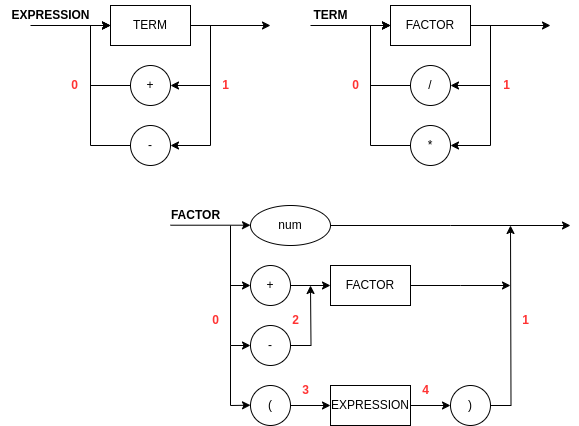
Before: diagrama_sintatico.png, a diagram exported from draw.io (jeronimo-a/logcomp-2024-1). Source tidied: cells renumbered, new cells last; positions are measured from the earlier drawing's top-left corner, leaving out a move shared by most shapes.
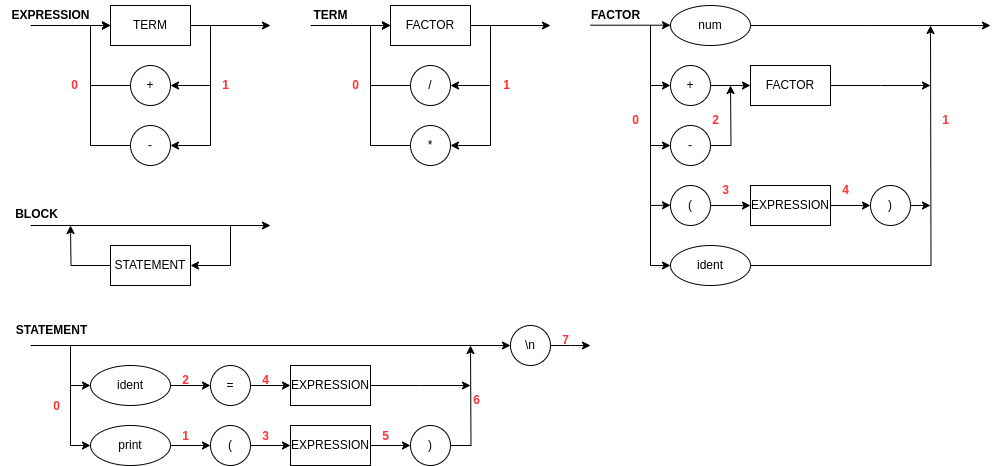
After the commit.

Commit message:
Atualização do diagrama sintático

Diff of the diagram source:
```diff
@@ -4,135 +4,135 @@
     <mxCell id="1" parent="0" />
     <mxCell id="2" style="edgeStyle=orthogonalEdgeStyle;rounded=0;jettySize=auto;html=1;entryX=1;entryY=0.5;entryDx=0;entryDy=0;" parent="1" edge="1" target="6">
       <mxGeometry relative="1" as="geometry">
-        <mxPoint x="470" y="25" as="sourcePoint" />
+        <mxPoint x="50" y="225" as="sourcePoint" />
         <Array as="points">
-          <mxPoint x="490" y="25" />
-          <mxPoint x="490" y="85" />
+          <mxPoint x="70" y="225" />
+          <mxPoint x="70" y="285" />
         </Array>
       </mxGeometry>
     </mxCell>
     <mxCell id="3" style="edgeStyle=orthogonalEdgeStyle;rounded=0;jettySize=auto;html=1;entryX=1;entryY=0.5;entryDx=0;entryDy=0;" parent="1" edge="1" target="8">
       <mxGeometry relative="1" as="geometry">
-        <mxPoint x="470" y="25" as="sourcePoint" />
+        <mxPoint x="50" y="225" as="sourcePoint" />
         <Array as="points">
-          <mxPoint x="490" y="25" />
-          <mxPoint x="490" y="145" />
+          <mxPoint x="70" y="225" />
+          <mxPoint x="70" y="345" />
         </Array>
       </mxGeometry>
     </mxCell>
     <mxCell id="4" style="edgeStyle=orthogonalEdgeStyle;rounded=0;orthogonalLoop=1;jettySize=auto;html=1;" parent="1" edge="1">
       <mxGeometry relative="1" as="geometry">
-        <mxPoint x="470" y="25" as="sourcePoint" />
-        <mxPoint x="550" y="25" as="targetPoint" />
+        <mxPoint x="50" y="225" as="sourcePoint" />
+        <mxPoint x="130" y="225" as="targetPoint" />
       </mxGeometry>
     </mxCell>
     <mxCell id="5" style="edgeStyle=orthogonalEdgeStyle;rounded=0;jettySize=auto;html=1;entryX=0;entryY=0.5;entryDx=0;entryDy=0;" parent="1" edge="1" source="6">
       <mxGeometry relative="1" as="geometry">
-        <mxPoint x="390" y="25" as="targetPoint" />
+        <mxPoint x="-30" y="225" as="targetPoint" />
         <Array as="points">
-          <mxPoint x="370" y="85" />
-          <mxPoint x="370" y="25" />
+          <mxPoint x="-50" y="285" />
+          <mxPoint x="-50" y="225" />
         </Array>
       </mxGeometry>
     </mxCell>
     <mxCell id="6" value="/" style="ellipse;whiteSpace=wrap;html=1;" parent="1" vertex="1">
-      <mxGeometry x="410" y="65" width="40" height="40" as="geometry" />
+      <mxGeometry x="-10" y="265" width="40" height="40" as="geometry" />
     </mxCell>
     <mxCell id="7" style="edgeStyle=orthogonalEdgeStyle;rounded=0;jettySize=auto;html=1;entryX=0;entryY=0.5;entryDx=0;entryDy=0;" parent="1" edge="1" source="8">
       <mxGeometry relative="1" as="geometry">
-        <mxPoint x="390" y="25" as="targetPoint" />
+        <mxPoint x="-30" y="225" as="targetPoint" />
         <Array as="points">
-          <mxPoint x="370" y="145" />
-          <mxPoint x="370" y="25" />
+          <mxPoint x="-50" y="345" />
+          <mxPoint x="-50" y="225" />
         </Array>
       </mxGeometry>
     </mxCell>
     <mxCell id="8" value="*" style="ellipse;whiteSpace=wrap;html=1;" parent="1" vertex="1">
-      <mxGeometry x="410" y="125" width="40" height="40" as="geometry" />
+      <mxGeometry x="-10" y="325" width="40" height="40" as="geometry" />
     </mxCell>
     <mxCell id="9" style="endArrow=classic;html=1;rounded=0;entryX=0;entryY=0.5;entryDx=0;entryDy=0;" parent="1" edge="1">
       <mxGeometry relative="1" as="geometry">
-        <mxPoint x="310" y="25" as="sourcePoint" />
-        <mxPoint x="390" y="25" as="targetPoint" />
+        <mxPoint x="-110" y="225" as="sourcePoint" />
+        <mxPoint x="-30" y="225" as="targetPoint" />
       </mxGeometry>
     </mxCell>
     <mxCell id="10" value="TERM" style="text;html=1;align=center;verticalAlign=middle;strokeColor=none;fillColor=none;fontStyle=1;" parent="1" vertex="1">
-      <mxGeometry x="300" width="60" height="30" as="geometry" />
+      <mxGeometry x="-120" y="200" width="60" height="30" as="geometry" />
     </mxCell>
     <mxCell id="11" style="edgeStyle=orthogonalEdgeStyle;rounded=0;jettySize=auto;html=1;entryX=1;entryY=0.5;entryDx=0;entryDy=0;" parent="1" edge="1" target="15">
       <mxGeometry relative="1" as="geometry">
-        <mxPoint x="190" y="25" as="sourcePoint" />
+        <mxPoint x="-230" y="225" as="sourcePoint" />
         <Array as="points">
-          <mxPoint x="210" y="25" />
-          <mxPoint x="210" y="85" />
+          <mxPoint x="-210" y="225" />
+          <mxPoint x="-210" y="285" />
         </Array>
       </mxGeometry>
     </mxCell>
     <mxCell id="12" style="edgeStyle=orthogonalEdgeStyle;rounded=0;jettySize=auto;html=1;entryX=1;entryY=0.5;entryDx=0;entryDy=0;" parent="1" edge="1" target="17">
       <mxGeometry relative="1" as="geometry">
-        <mxPoint x="190" y="25" as="sourcePoint" />
+        <mxPoint x="-230" y="225" as="sourcePoint" />
         <Array as="points">
-          <mxPoint x="210" y="25" />
-          <mxPoint x="210" y="145" />
+          <mxPoint x="-210" y="225" />
+          <mxPoint x="-210" y="345" />
         </Array>
       </mxGeometry>
     </mxCell>
     <mxCell id="13" style="edgeStyle=orthogonalEdgeStyle;rounded=0;orthogonalLoop=1;jettySize=auto;html=1;" parent="1" edge="1">
       <mxGeometry relative="1" as="geometry">
-        <mxPoint x="190" y="25" as="sourcePoint" />
-        <mxPoint x="270" y="25" as="targetPoint" />
+        <mxPoint x="-230" y="225" as="sourcePoint" />
+        <mxPoint x="-150" y="225" as="targetPoint" />
       </mxGeometry>
     </mxCell>
     <mxCell id="14" style="edgeStyle=orthogonalEdgeStyle;rounded=0;jettySize=auto;html=1;entryX=0;entryY=0.5;entryDx=0;entryDy=0;" parent="1" edge="1" source="15">
       <mxGeometry relative="1" as="geometry">
-        <mxPoint x="110" y="25" as="targetPoint" />
+        <mxPoint x="-310" y="225" as="targetPoint" />
         <Array as="points">
-          <mxPoint x="90" y="85" />
-          <mxPoint x="90" y="25" />
+          <mxPoint x="-330" y="285" />
+          <mxPoint x="-330" y="225" />
         </Array>
       </mxGeometry>
     </mxCell>
     <mxCell id="15" value="+" style="ellipse;whiteSpace=wrap;html=1;" parent="1" vertex="1">
-      <mxGeometry x="130" y="65" width="40" height="40" as="geometry" />
+      <mxGeometry x="-290" y="265" width="40" height="40" as="geometry" />
     </mxCell>
     <mxCell id="16" style="edgeStyle=orthogonalEdgeStyle;rounded=0;jettySize=auto;html=1;entryX=0;entryY=0.5;entryDx=0;entryDy=0;" parent="1" edge="1" source="17">
       <mxGeometry relative="1" as="geometry">
-        <mxPoint x="110" y="25" as="targetPoint" />
+        <mxPoint x="-310" y="225" as="targetPoint" />
         <Array as="points">
-          <mxPoint x="90" y="145" />
-          <mxPoint x="90" y="25" />
+          <mxPoint x="-330" y="345" />
+          <mxPoint x="-330" y="225" />
         </Array>
       </mxGeometry>
     </mxCell>
     <mxCell id="17" value="-" style="ellipse;whiteSpace=wrap;html=1;" parent="1" vertex="1">
-      <mxGeometry x="130" y="125" width="40" height="40" as="geometry" />
+      <mxGeometry x="-290" y="325" width="40" height="40" as="geometry" />
     </mxCell>
     <mxCell id="18" style="endArrow=classic;html=1;rounded=0;entryX=0;entryY=0.5;entryDx=0;entryDy=0;" parent="1" edge="1">
       <mxGeometry relative="1" as="geometry">
-        <mxPoint x="30" y="25" as="sourcePoint" />
-        <mxPoint x="110" y="25" as="targetPoint" />
+        <mxPoint x="-390" y="225" as="sourcePoint" />
+        <mxPoint x="-310" y="225" as="targetPoint" />
       </mxGeometry>
     </mxCell>
     <mxCell id="19" value="EXPRESSION" style="text;html=1;align=center;verticalAlign=middle;strokeColor=none;fillColor=none;fontStyle=1;" parent="1" vertex="1">
-      <mxGeometry width="100" height="30" as="geometry" />
+      <mxGeometry x="-420" y="200" width="100" height="30" as="geometry" />
     </mxCell>
     <mxCell id="20" value="TERM" style="rounded=0;whiteSpace=wrap;html=1;" parent="1" vertex="1">
-      <mxGeometry x="110" y="5" width="80" height="40" as="geometry" />
+      <mxGeometry x="-310" y="205" width="80" height="40" as="geometry" />
     </mxCell>
     <mxCell id="21" value="FACTOR" style="rounded=0;whiteSpace=wrap;html=1;" parent="1" vertex="1">
-      <mxGeometry x="390" y="5" width="80" height="40" as="geometry" />
+      <mxGeometry x="-30" y="205" width="80" height="40" as="geometry" />
     </mxCell>
     <mxCell id="22" value="0" style="text;html=1;align=center;verticalAlign=middle;strokeColor=none;fillColor=none;fontColor=#FF3333;fontStyle=1;" parent="1" vertex="1">
-      <mxGeometry x="59" y="70" width="30" height="30" as="geometry" />
+      <mxGeometry x="-361" y="270" width="30" height="30" as="geometry" />
     </mxCell>
     <mxCell id="23" value="1" style="text;html=1;align=center;verticalAlign=middle;strokeColor=none;fillColor=none;fontColor=#FF3333;fontStyle=1;" parent="1" vertex="1">
-      <mxGeometry x="210" y="70" width="30" height="30" as="geometry" />
+      <mxGeometry x="-210" y="270" width="30" height="30" as="geometry" />
     </mxCell>
     <mxCell id="24" value="0" style="text;html=1;align=center;verticalAlign=middle;strokeColor=none;fillColor=none;fontColor=#FF3333;fontStyle=1;" parent="1" vertex="1">
-      <mxGeometry x="339.5" y="70" width="30" height="30" as="geometry" />
+      <mxGeometry x="-80.5" y="270" width="30" height="30" as="geometry" />
     </mxCell>
     <mxCell id="25" value="1" style="text;html=1;align=center;verticalAlign=middle;strokeColor=none;fillColor=none;fontColor=#FF3333;fontStyle=1;" parent="1" vertex="1">
-      <mxGeometry x="490.5" y="70" width="30" height="30" as="geometry" />
+      <mxGeometry x="70.5" y="270" width="30" height="30" as="geometry" />
     </mxCell>
     <mxCell id="26" style="edgeStyle=orthogonalEdgeStyle;rounded=0;jettySize=auto;html=1;entryX=0;entryY=0.5;entryDx=0;entryDy=0;" parent="1" edge="1" source="27" target="36">
       <mxGeometry relative="1" as="geometry" />
@@ -204,11 +204,11 @@
     <mxCell id="41" value="EXPRESSION" style="rounded=0;whiteSpace=wrap;html=1;" parent="1" vertex="1">
       <mxGeometry x="330" y="385" width="80" height="40" as="geometry" />
     </mxCell>
-    <mxCell id="42" style="edgeStyle=orthogonalEdgeStyle;rounded=0;jettySize=auto;html=1;" parent="1" edge="1" source="43">
-      <mxGeometry relative="1" as="geometry">
-        <mxPoint x="510" y="225" as="targetPoint" />
-      </mxGeometry>
-    </mxCell>
+    <mxCell id="50" style="edgeStyle=orthogonalEdgeStyle;rounded=0;jettySize=auto;html=1;" parent="1" edge="1" source="43">
+      <mxGeometry relative="1" as="geometry">
+        <mxPoint x="510" y="405" as="targetPoint" />
+      </mxGeometry>
+    </mxCell>
     <mxCell id="43" value=")" style="ellipse;whiteSpace=wrap;html=1;" parent="1" vertex="1">
       <mxGeometry x="450" y="385" width="40" height="40" as="geometry" />
     </mxCell>
@@ -230,5 +230,146 @@
     <mxCell id="49" value="4" style="text;html=1;align=center;verticalAlign=middle;strokeColor=none;fillColor=none;fontColor=#FF3333;fontStyle=1;" parent="1" vertex="1">
       <mxGeometry x="410" y="375" width="30" height="30" as="geometry" />
     </mxCell>
+    <mxCell id="51" style="edgeStyle=orthogonalEdgeStyle;rounded=0;jettySize=auto;html=1;" parent="1" edge="1" source="52">
+      <mxGeometry relative="1" as="geometry">
+        <mxPoint x="510" y="225" as="targetPoint" />
+      </mxGeometry>
+    </mxCell>
+    <mxCell id="52" value="ident" style="ellipse;whiteSpace=wrap;html=1;" parent="1" vertex="1">
+      <mxGeometry x="250" y="445" width="80" height="40" as="geometry" />
+    </mxCell>
+    <mxCell id="53" style="endArrow=classic;html=1;rounded=0;entryX=0;entryY=0.5;entryDx=0;entryDy=0;" parent="1" edge="1" target="52">
+      <mxGeometry relative="1" as="geometry">
+        <mxPoint x="230" y="405" as="sourcePoint" />
+        <Array as="points">
+          <mxPoint x="230" y="465" />
+        </Array>
+      </mxGeometry>
+    </mxCell>
+    <mxCell id="54" style="edgeStyle=orthogonalEdgeStyle;rounded=0;jettySize=auto;html=1;" parent="1" edge="1" source="55">
+      <mxGeometry relative="1" as="geometry">
+        <mxPoint x="-350" y="425" as="targetPoint" />
+      </mxGeometry>
+    </mxCell>
+    <mxCell id="55" value="STATEMENT" style="rounded=0;whiteSpace=wrap;html=1;" parent="1" vertex="1">
+      <mxGeometry x="-310" y="445" width="80" height="40" as="geometry" />
+    </mxCell>
+    <mxCell id="56" style="endArrow=classic;html=1;rounded=0;" parent="1" edge="1">
+      <mxGeometry relative="1" as="geometry">
+        <mxPoint x="-390" y="425" as="sourcePoint" />
+        <mxPoint x="-150" y="425" as="targetPoint" />
+      </mxGeometry>
+    </mxCell>
+    <mxCell id="57" style="endArrow=classic;html=1;rounded=0;entryX=1;entryY=0.5;entryDx=0;entryDy=0;" parent="1" edge="1" target="55">
+      <mxGeometry relative="1" as="geometry">
+        <mxPoint x="-190" y="425" as="sourcePoint" />
+        <Array as="points">
+          <mxPoint x="-190" y="465" />
+        </Array>
+      </mxGeometry>
+    </mxCell>
+    <mxCell id="58" value="BLOCK" style="text;html=1;align=center;verticalAlign=middle;strokeColor=none;fillColor=none;fontStyle=1;" parent="1" vertex="1">
+      <mxGeometry x="-419" y="399" width="70" height="30" as="geometry" />
+    </mxCell>
+    <mxCell id="59" style="endArrow=classic;html=1;rounded=0;" parent="1" edge="1">
+      <mxGeometry relative="1" as="geometry">
+        <mxPoint x="-390" y="545" as="sourcePoint" />
+        <mxPoint x="90" y="545" as="targetPoint" />
+      </mxGeometry>
+    </mxCell>
+    <mxCell id="60" value="STATEMENT" style="text;html=1;align=center;verticalAlign=middle;strokeColor=none;fillColor=none;fontStyle=1;" parent="1" vertex="1">
+      <mxGeometry x="-419" y="515" width="100" height="30" as="geometry" />
+    </mxCell>
+    <mxCell id="61" style="endArrow=classic;html=1;rounded=0;entryX=0;entryY=0.5;entryDx=0;entryDy=0;" parent="1" edge="1" target="65">
+      <mxGeometry relative="1" as="geometry">
+        <mxPoint x="-350" y="545" as="sourcePoint" />
+        <Array as="points">
+          <mxPoint x="-350" y="645" />
+        </Array>
+      </mxGeometry>
+    </mxCell>
+    <mxCell id="62" style="edgeStyle=orthogonalEdgeStyle;rounded=0;jettySize=auto;html=1;entryX=0;entryY=0.5;entryDx=0;entryDy=0;" parent="1" edge="1" source="63" target="68">
+      <mxGeometry relative="1" as="geometry" />
+    </mxCell>
+    <mxCell id="63" value="ident" style="ellipse;whiteSpace=wrap;html=1;" parent="1" vertex="1">
+      <mxGeometry x="-330" y="565" width="80" height="40" as="geometry" />
+    </mxCell>
+    <mxCell id="64" style="edgeStyle=orthogonalEdgeStyle;rounded=0;jettySize=auto;html=1;entryX=0;entryY=0.5;entryDx=0;entryDy=0;" parent="1" edge="1" source="65" target="70">
+      <mxGeometry relative="1" as="geometry" />
+    </mxCell>
+    <mxCell id="65" value="print" style="ellipse;whiteSpace=wrap;html=1;" parent="1" vertex="1">
+      <mxGeometry x="-330" y="625" width="80" height="40" as="geometry" />
+    </mxCell>
+    <mxCell id="66" style="endArrow=classic;html=1;rounded=0;entryX=0;entryY=0.5;entryDx=0;entryDy=0;" parent="1" edge="1" target="63">
+      <mxGeometry relative="1" as="geometry">
+        <mxPoint x="-350" y="585" as="sourcePoint" />
+      </mxGeometry>
+    </mxCell>
+    <mxCell id="67" style="edgeStyle=orthogonalEdgeStyle;rounded=0;jettySize=auto;html=1;entryX=0;entryY=0.5;entryDx=0;entryDy=0;" parent="1" edge="1" source="68" target="72">
+      <mxGeometry relative="1" as="geometry" />
+    </mxCell>
+    <mxCell id="68" value="=" style="ellipse;whiteSpace=wrap;html=1;" parent="1" vertex="1">
+      <mxGeometry x="-210" y="565" width="40" height="40" as="geometry" />
+    </mxCell>
+    <mxCell id="69" style="edgeStyle=orthogonalEdgeStyle;rounded=0;jettySize=auto;html=1;entryX=0;entryY=0.5;entryDx=0;entryDy=0;" parent="1" edge="1" source="70" target="74">
+      <mxGeometry relative="1" as="geometry" />
+    </mxCell>
+    <mxCell id="70" value="(" style="ellipse;whiteSpace=wrap;html=1;" parent="1" vertex="1">
+      <mxGeometry x="-210" y="625" width="40" height="40" as="geometry" />
+    </mxCell>
+    <mxCell id="71" style="edgeStyle=orthogonalEdgeStyle;rounded=0;jettySize=auto;html=1;" parent="1" edge="1" source="72">
+      <mxGeometry relative="1" as="geometry">
+        <mxPoint x="50" y="585" as="targetPoint" />
+      </mxGeometry>
+    </mxCell>
+    <mxCell id="72" value="EXPRESSION" style="rounded=0;whiteSpace=wrap;html=1;" parent="1" vertex="1">
+      <mxGeometry x="-130" y="565" width="80" height="40" as="geometry" />
+    </mxCell>
+    <mxCell id="73" style="edgeStyle=orthogonalEdgeStyle;rounded=0;jettySize=auto;html=1;" parent="1" edge="1" source="74" target="76">
+      <mxGeometry relative="1" as="geometry" />
+    </mxCell>
+    <mxCell id="74" value="EXPRESSION" style="rounded=0;whiteSpace=wrap;html=1;" parent="1" vertex="1">
+      <mxGeometry x="-130" y="625" width="80" height="40" as="geometry" />
+    </mxCell>
+    <mxCell id="75" style="edgeStyle=orthogonalEdgeStyle;rounded=0;jettySize=auto;html=1;" parent="1" edge="1" source="76">
+      <mxGeometry relative="1" as="geometry">
+        <mxPoint x="50" y="545" as="targetPoint" />
+      </mxGeometry>
+    </mxCell>
+    <mxCell id="76" value=")" style="ellipse;whiteSpace=wrap;html=1;" parent="1" vertex="1">
+      <mxGeometry x="-10" y="625" width="40" height="40" as="geometry" />
+    </mxCell>
+    <mxCell id="77" style="edgeStyle=orthogonalEdgeStyle;rounded=0;jettySize=auto;html=1;" parent="1" edge="1" source="78">
+      <mxGeometry relative="1" as="geometry">
+        <mxPoint x="170" y="545" as="targetPoint" />
+      </mxGeometry>
+    </mxCell>
+    <mxCell id="78" value="\n" style="ellipse;whiteSpace=wrap;html=1;" parent="1" vertex="1">
+      <mxGeometry x="90" y="525" width="40" height="40" as="geometry" />
+    </mxCell>
+    <mxCell id="79" value="0" style="text;html=1;align=center;verticalAlign=middle;strokeColor=none;fillColor=none;fontColor=#FF3333;fontStyle=1;" parent="1" vertex="1">
+      <mxGeometry x="-379" y="591" width="30" height="30" as="geometry" />
+    </mxCell>
+    <mxCell id="80" value="2" style="text;html=1;align=center;verticalAlign=middle;strokeColor=none;fillColor=none;fontColor=#FF3333;fontStyle=1;" parent="1" vertex="1">
+      <mxGeometry x="-250" y="565" width="30" height="30" as="geometry" />
+    </mxCell>
+    <mxCell id="81" value="1" style="text;html=1;align=center;verticalAlign=middle;strokeColor=none;fillColor=none;fontColor=#FF3333;fontStyle=1;" parent="1" vertex="1">
+      <mxGeometry x="-250" y="621" width="30" height="30" as="geometry" />
+    </mxCell>
+    <mxCell id="82" value="4" style="text;html=1;align=center;verticalAlign=middle;strokeColor=none;fillColor=none;fontColor=#FF3333;fontStyle=1;" parent="1" vertex="1">
+      <mxGeometry x="-170" y="565" width="30" height="30" as="geometry" />
+    </mxCell>
+    <mxCell id="83" value="3" style="text;html=1;align=center;verticalAlign=middle;strokeColor=none;fillColor=none;fontColor=#FF3333;fontStyle=1;" parent="1" vertex="1">
+      <mxGeometry x="-170" y="621" width="30" height="30" as="geometry" />
+    </mxCell>
+    <mxCell id="84" value="5" style="text;html=1;align=center;verticalAlign=middle;strokeColor=none;fillColor=none;fontColor=#FF3333;fontStyle=1;" parent="1" vertex="1">
+      <mxGeometry x="-50" y="621" width="30" height="30" as="geometry" />
+    </mxCell>
+    <mxCell id="85" value="6" style="text;html=1;align=center;verticalAlign=middle;strokeColor=none;fillColor=none;fontColor=#FF3333;fontStyle=1;" parent="1" vertex="1">
+      <mxGeometry x="40.5" y="585" width="30" height="30" as="geometry" />
+    </mxCell>
+    <mxCell id="86" value="7" style="text;html=1;align=center;verticalAlign=middle;strokeColor=none;fillColor=none;fontColor=#FF3333;fontStyle=1;" parent="1" vertex="1">
+      <mxGeometry x="130" y="525" width="30" height="30" as="geometry" />
+    </mxCell>
   </root>
 </mxGraphModel>
```
